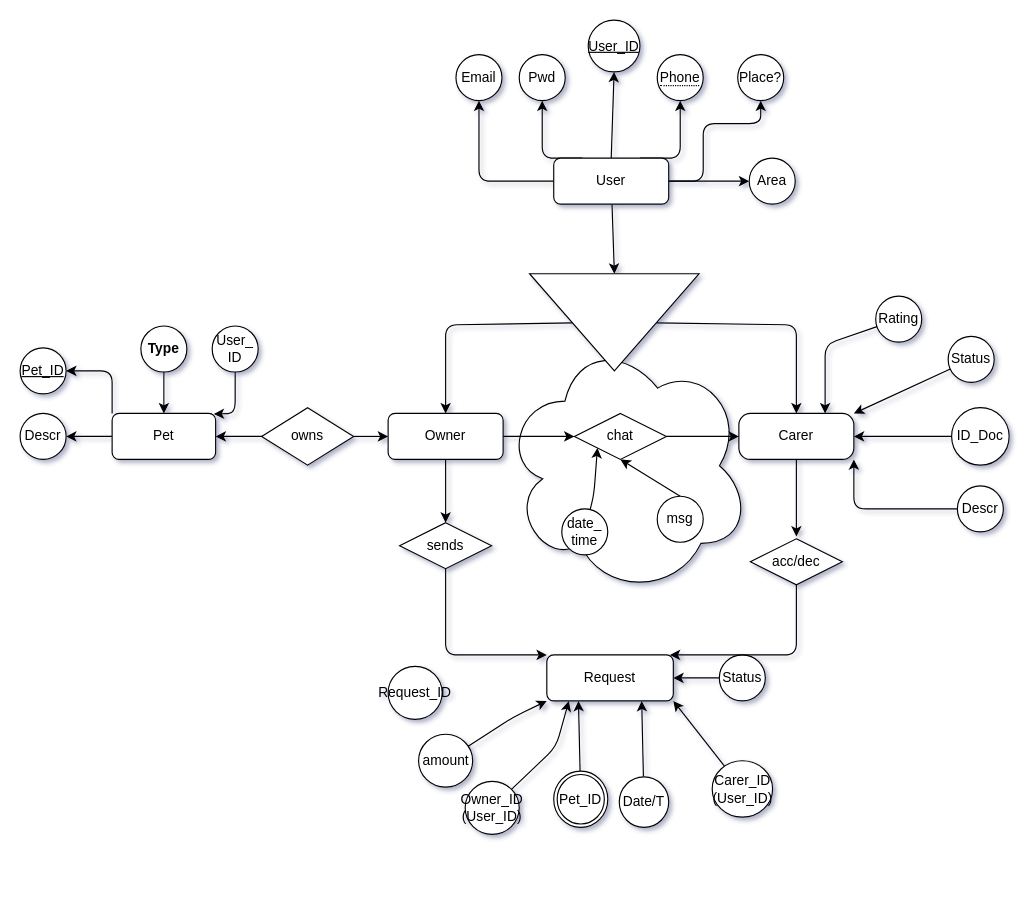
Before: Docs/DB/entidad-realcion.drawio in iagogonzalezborines/MascoTier_Project, a draw.io diagram. Source tidied: cells renumbered, new cells numbered last; positions are measured from the earlier drawing's top-left corner, leaving out a move shared by most shapes. Both pictures are drawn from the tidied source at 115%, with x=0, y=0 at pixel (20, 20).
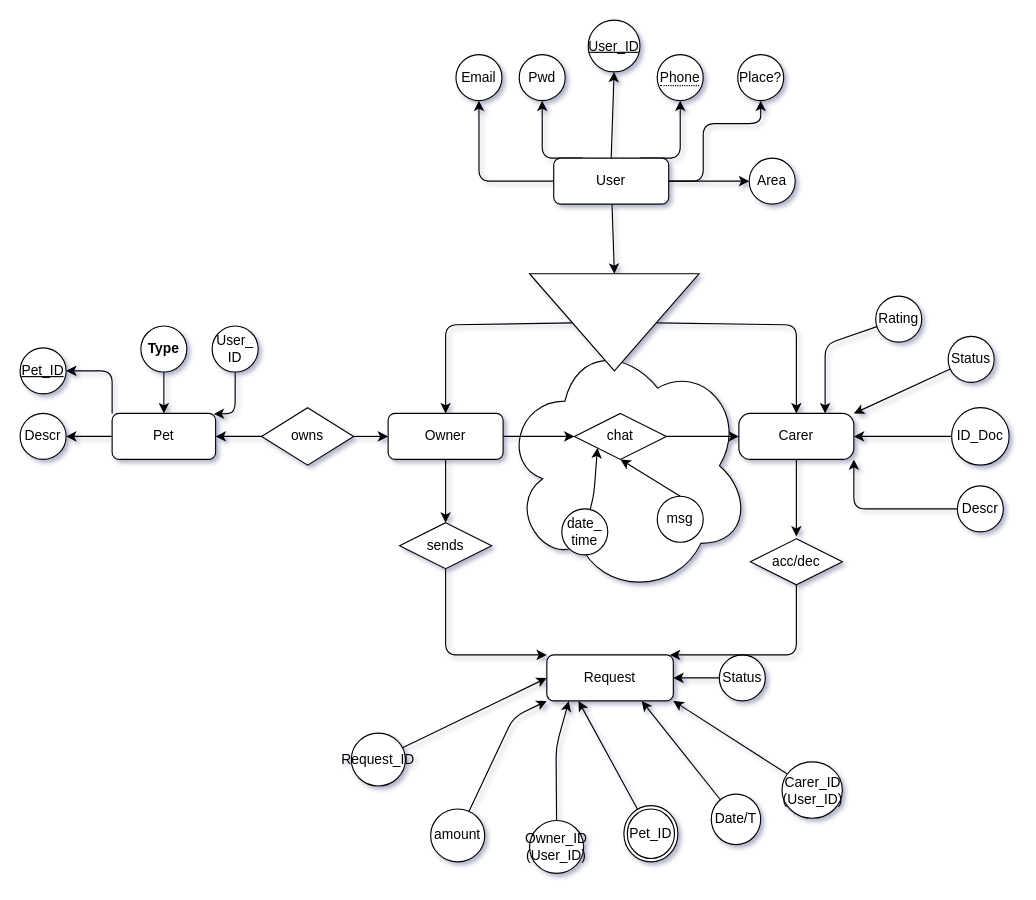
Above is the later version.

Unchanged cells that the change refers to:
```xml
<mxCell id="35" value="Request" style="rounded=1;whiteSpace=wrap;html=1;" parent="1" vertex="1">
  <mxGeometry x="458" y="552" width="110" height="40" as="geometry" />
</mxCell>
```

The edit, as a diff of the source:
```diff
@@
     <mxCell id="37" value="Date/T" style="ellipse;whiteSpace=wrap;html=1;" parent="1" vertex="1">
-      <mxGeometry x="521" y="658" width="43" height="44" as="geometry" />
+      <mxGeometry x="601" y="673" width="43" height="44" as="geometry" />
     </mxCell>
@@
     <mxCell id="39" value="amount" style="ellipse;whiteSpace=wrap;html=1;" parent="1" vertex="1">
-      <mxGeometry x="346.5" y="621" width="47" height="46" as="geometry" />
+      <mxGeometry x="357" y="686" width="47" height="46" as="geometry" />
     </mxCell>
@@
     <mxCell id="52" value="Pet_ID" style="ellipse;shape=doubleEllipse;margin=3;whiteSpace=wrap;html=1;align=center;" parent="1" vertex="1">
-      <mxGeometry x="464" y="653" width="47" height="49" as="geometry" />
+      <mxGeometry x="525" y="683" width="47" height="49" as="geometry" />
     </mxCell>
@@
     <mxCell id="65" value="Carer_ID&lt;br&gt;(User_ID)" style="ellipse;whiteSpace=wrap;html=1;" parent="1" vertex="1">
-      <mxGeometry x="601.8" y="644" width="52.5" height="49" as="geometry" />
+      <mxGeometry x="662.5" y="645" width="52.5" height="49" as="geometry" />
     </mxCell>
@@
     <mxCell id="67" value="Owner_ID&lt;br&gt;(User_ID)" style="ellipse;whiteSpace=wrap;html=1;" parent="1" vertex="1">
-      <mxGeometry x="387" y="662" width="47" height="46" as="geometry" />
+      <mxGeometry x="443" y="696" width="47" height="46" as="geometry" />
     </mxCell>
+    <mxCell id="69" style="edgeStyle=none;html=1;entryX=0;entryY=0.5;entryDx=0;entryDy=0;" parent="1" edge="1" source="68" target="35">
+      <mxGeometry relative="1" as="geometry" />
+    </mxCell>
     <mxCell id="68" value="Request_ID&lt;br&gt;" style="ellipse;whiteSpace=wrap;html=1;" parent="1" vertex="1">
-      <mxGeometry x="320" y="562" width="47" height="46" as="geometry" />
+      <mxGeometry x="288" y="620" width="47" height="46" as="geometry" />
     </mxCell>
```
